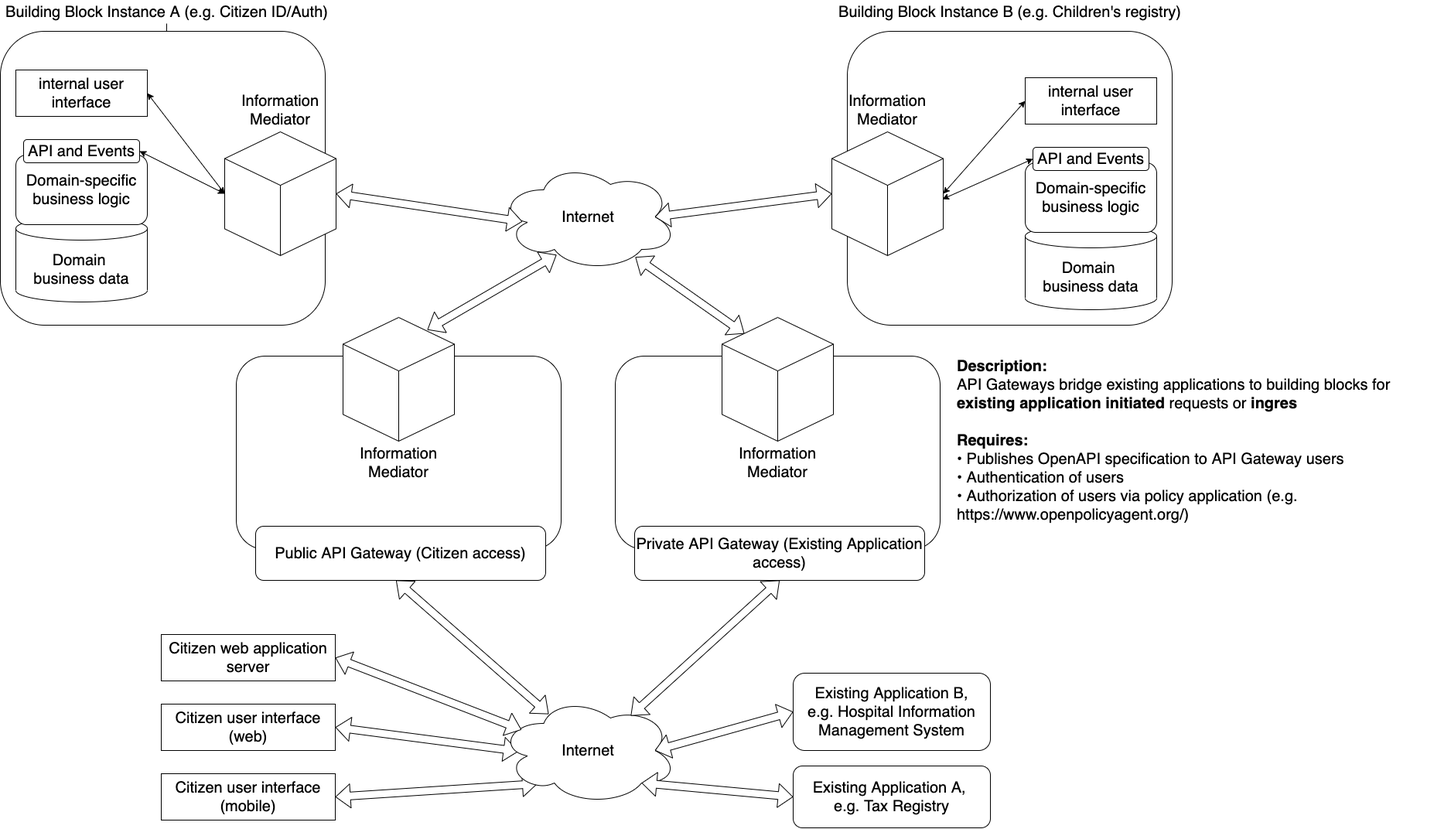
Before: diagrams/api_gateways.png, a diagram exported from draw.io (GovStackWorkingGroup/BuildingBlockAPI). Source tidied: cells renumbered, new cells last; positions are measured from the earlier drawing's top-left corner, leaving out a move shared by most shapes.
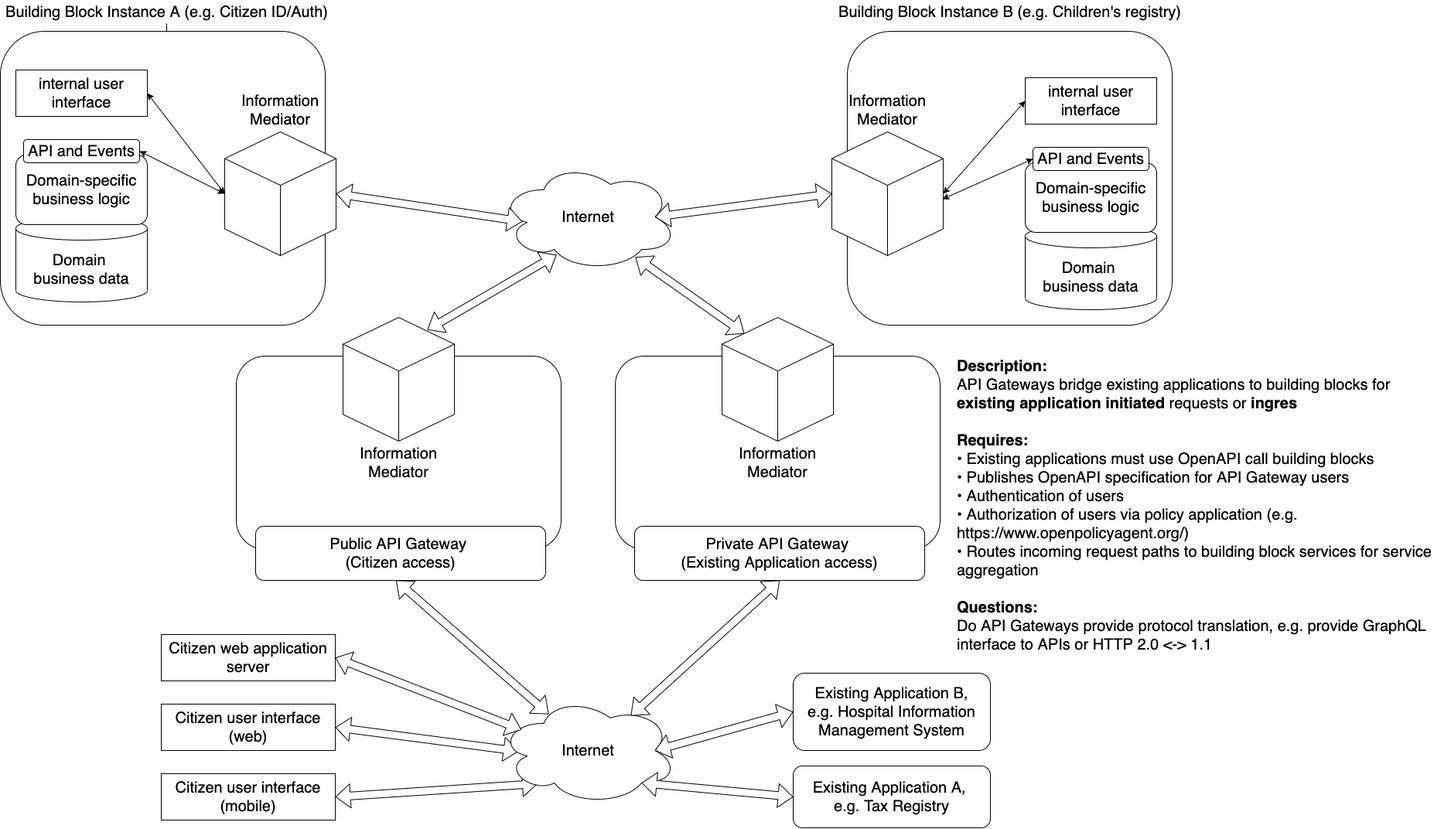
Above is the later version.

Change to the diagram source:
```diff
@@ -104,7 +104,7 @@
     <mxCell id="35" style="group;fontSize=20;" parent="32" vertex="1">
       <mxGeometry x="25" y="270" width="375" height="70" as="geometry" />
     </mxCell>
-    <mxCell id="36" value="Private API Gateway (Existing Application access)" style="rounded=1;whiteSpace=wrap;html=1;fontSize=20;" parent="35" vertex="1">
+    <mxCell id="36" value="Private API Gateway &lt;br&gt;(Existing Application access)" style="rounded=1;whiteSpace=wrap;html=1;fontSize=20;" parent="35" vertex="1">
       <mxGeometry width="375" height="70" as="geometry" />
     </mxCell>
     <mxCell id="37" style="group;" parent="1" vertex="1">
@@ -119,7 +119,7 @@
     <mxCell id="40" style="group;fontSize=20;" parent="37" vertex="1">
       <mxGeometry x="25" y="270" width="375" height="70" as="geometry" />
     </mxCell>
-    <mxCell id="41" value="Public API Gateway (Citizen access)" style="rounded=1;whiteSpace=wrap;html=1;fontSize=20;" parent="40" vertex="1">
+    <mxCell id="41" value="Public API Gateway &lt;br&gt;(Citizen access)" style="rounded=1;whiteSpace=wrap;html=1;fontSize=20;" parent="40" vertex="1">
       <mxGeometry width="375" height="70" as="geometry" />
     </mxCell>
     <mxCell id="42" value=" " style="group;" parent="1" vertex="1">
@@ -158,8 +158,8 @@
     <mxCell id="53" value="&lt;font style=&quot;font-size: 20px&quot;&gt;Building Block Instance B (e.g. Children's registry)&lt;/font&gt;" style="text;html=1;align=center;verticalAlign=middle;strokeColor=none;fontSize=20;" parent="42" vertex="1">
       <mxGeometry x="-30" width="480" height="30" as="geometry" />
     </mxCell>
-    <mxCell id="54" value="&lt;div&gt;&lt;font face=&quot;helvetica&quot;&gt;&lt;span style=&quot;font-size: 20px&quot;&gt;&lt;b&gt;Description:&lt;/b&gt;&lt;/span&gt;&lt;/font&gt;&lt;/div&gt;&lt;div&gt;&lt;font face=&quot;helvetica&quot;&gt;&lt;span style=&quot;font-size: 20px&quot;&gt;API Gateways bridge existing applications to building blocks for &lt;b&gt;existing application initiated&lt;/b&gt; requests or &lt;b&gt;ingres&lt;/b&gt;&lt;/span&gt;&lt;/font&gt;&lt;/div&gt;&lt;div&gt;&lt;font face=&quot;helvetica&quot;&gt;&lt;span style=&quot;font-size: 20px&quot;&gt;&lt;b&gt;&lt;br&gt;&lt;/b&gt;&lt;/span&gt;&lt;/font&gt;&lt;/div&gt;&lt;div&gt;&lt;font face=&quot;helvetica&quot;&gt;&lt;span style=&quot;font-size: 20px&quot;&gt;&lt;b&gt;Requires:&lt;/b&gt;&lt;/span&gt;&lt;/font&gt;&lt;/div&gt;&lt;div&gt;&lt;font face=&quot;helvetica&quot;&gt;&lt;span style=&quot;font-size: 20px&quot;&gt;&lt;b&gt;• &lt;/b&gt;Publishes&amp;nbsp;OpenAPI specification to API Gateway users&lt;/span&gt;&lt;/font&gt;&lt;/div&gt;&lt;div&gt;&lt;span style=&quot;font-size: 20px&quot;&gt;&lt;font face=&quot;helvetica&quot;&gt;• Authentication of users&lt;/font&gt;&lt;/span&gt;&lt;/div&gt;&lt;div&gt;&lt;span style=&quot;font-size: 20px&quot;&gt;&lt;font face=&quot;helvetica&quot;&gt;• Authorization of users via policy application (e.g.&amp;nbsp;&lt;/font&gt;&lt;/span&gt;&lt;/div&gt;&lt;font face=&quot;helvetica&quot;&gt;&lt;span style=&quot;font-size: 20px&quot;&gt;https://www.openpolicyagent.org/)&lt;br&gt;&lt;/span&gt;&lt;/font&gt;&lt;div&gt;&lt;br&gt;&lt;/div&gt;&lt;div&gt;&lt;/div&gt;&lt;div&gt;&lt;br&gt;&lt;/div&gt;" style="text;whiteSpace=wrap;html=1;align=left;" parent="1" vertex="1">
-      <mxGeometry x="1235" y="455" width="640" height="405" as="geometry" />
+    <mxCell id="54" value="&lt;div&gt;&lt;font face=&quot;helvetica&quot;&gt;&lt;span style=&quot;font-size: 20px&quot;&gt;&lt;b&gt;Description:&lt;/b&gt;&lt;/span&gt;&lt;/font&gt;&lt;/div&gt;&lt;div&gt;&lt;font face=&quot;helvetica&quot;&gt;&lt;span style=&quot;font-size: 20px&quot;&gt;API Gateways bridge existing applications to building blocks for &lt;b&gt;existing application initiated&lt;/b&gt; requests or &lt;b&gt;ingres&lt;/b&gt;&lt;/span&gt;&lt;/font&gt;&lt;/div&gt;&lt;div&gt;&lt;font face=&quot;helvetica&quot;&gt;&lt;span style=&quot;font-size: 20px&quot;&gt;&lt;b&gt;&lt;br&gt;&lt;/b&gt;&lt;/span&gt;&lt;/font&gt;&lt;/div&gt;&lt;div&gt;&lt;font face=&quot;helvetica&quot;&gt;&lt;span style=&quot;font-size: 20px&quot;&gt;&lt;b&gt;Requires:&lt;/b&gt;&lt;/span&gt;&lt;/font&gt;&lt;/div&gt;&lt;div&gt;&lt;font face=&quot;helvetica&quot;&gt;&lt;span style=&quot;font-size: 20px&quot;&gt;• Existing applications must use OpenAPI call building blocks&lt;/span&gt;&lt;/font&gt;&lt;/div&gt;&lt;div&gt;&lt;b style=&quot;font-family: &amp;#34;helvetica&amp;#34; ; font-size: 20px&quot;&gt;•&amp;nbsp;&lt;/b&gt;&lt;span style=&quot;font-family: &amp;#34;helvetica&amp;#34; ; font-size: 20px&quot;&gt;Publishes&amp;nbsp;OpenAPI specification for API Gateway users&lt;/span&gt;&lt;font face=&quot;helvetica&quot;&gt;&lt;span style=&quot;font-size: 20px&quot;&gt;&lt;br&gt;&lt;/span&gt;&lt;/font&gt;&lt;/div&gt;&lt;div&gt;&lt;span style=&quot;font-size: 20px&quot;&gt;&lt;font face=&quot;helvetica&quot;&gt;• Authentication of users&lt;/font&gt;&lt;/span&gt;&lt;/div&gt;&lt;div&gt;&lt;span style=&quot;font-size: 20px&quot;&gt;&lt;font face=&quot;helvetica&quot;&gt;• Authorization of users via policy application (e.g.&amp;nbsp;&lt;/font&gt;&lt;/span&gt;&lt;/div&gt;&lt;font face=&quot;helvetica&quot;&gt;&lt;span style=&quot;font-size: 20px&quot;&gt;https://www.openpolicyagent.org/)&lt;br&gt;• Routes incoming request paths to building block services for service aggregation&lt;br&gt;&lt;br&gt;&lt;b&gt;Questions:&lt;/b&gt;&lt;br&gt;Do API Gateways provide protocol translation, e.g. provide GraphQL interface to APIs or HTTP 2.0 &amp;lt;-&amp;gt; 1.1&lt;br&gt;&lt;br&gt;&lt;/span&gt;&lt;/font&gt;&lt;div&gt;&lt;br&gt;&lt;/div&gt;&lt;div&gt;&lt;/div&gt;&lt;div&gt;&lt;br&gt;&lt;/div&gt;" style="text;whiteSpace=wrap;html=1;align=left;" parent="1" vertex="1">
+      <mxGeometry x="1235" y="455" width="640" height="415" as="geometry" />
     </mxCell>
   </root>
 </mxGraphModel>
```
